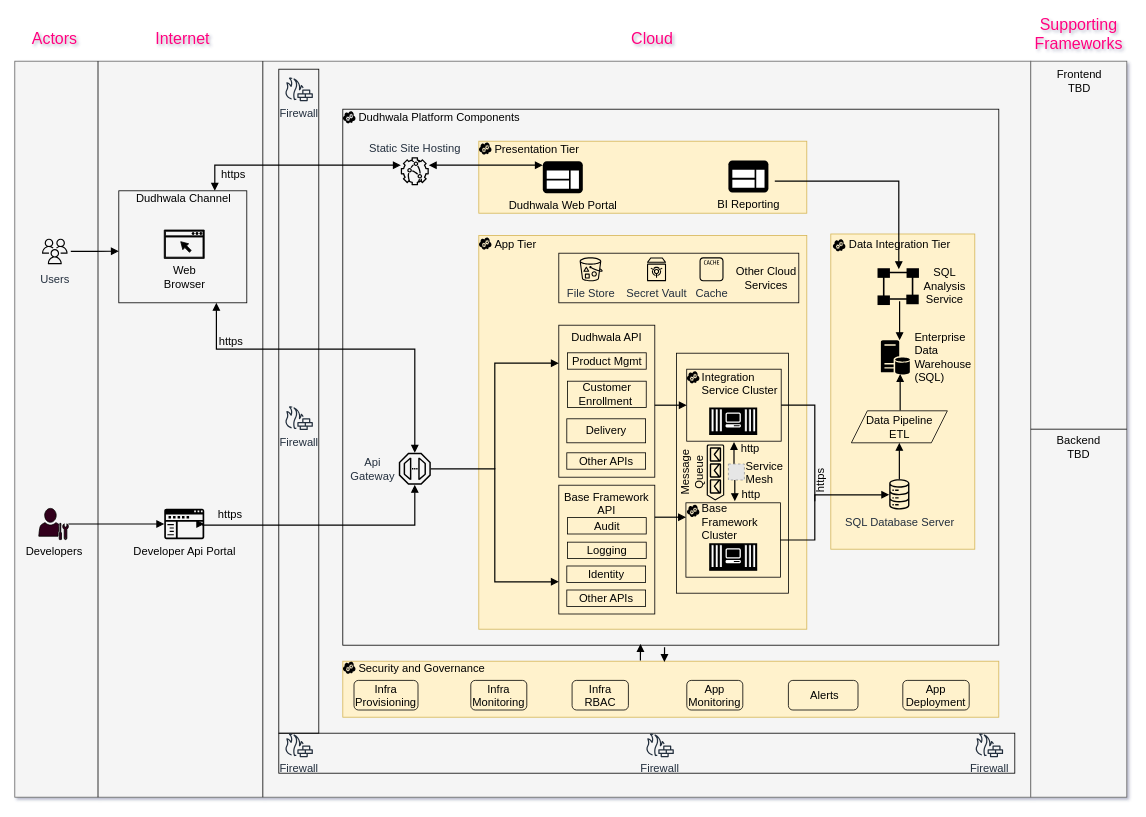
Earlier version of the draw.io diagram docs/diagram/logical_view.drawio (dudhwalas/dudhwala). Source tidied: cells renumbered, new cells numbered last; positions are measured from the earlier drawing's top-left corner, leaving out a move shared by most shapes. Both pictures are drawn from the tidied source at 80%, with x=0, y=0 at pixel (14, 21). Pictures stored in the file or linked from it are replaced by grey dashed boxes.
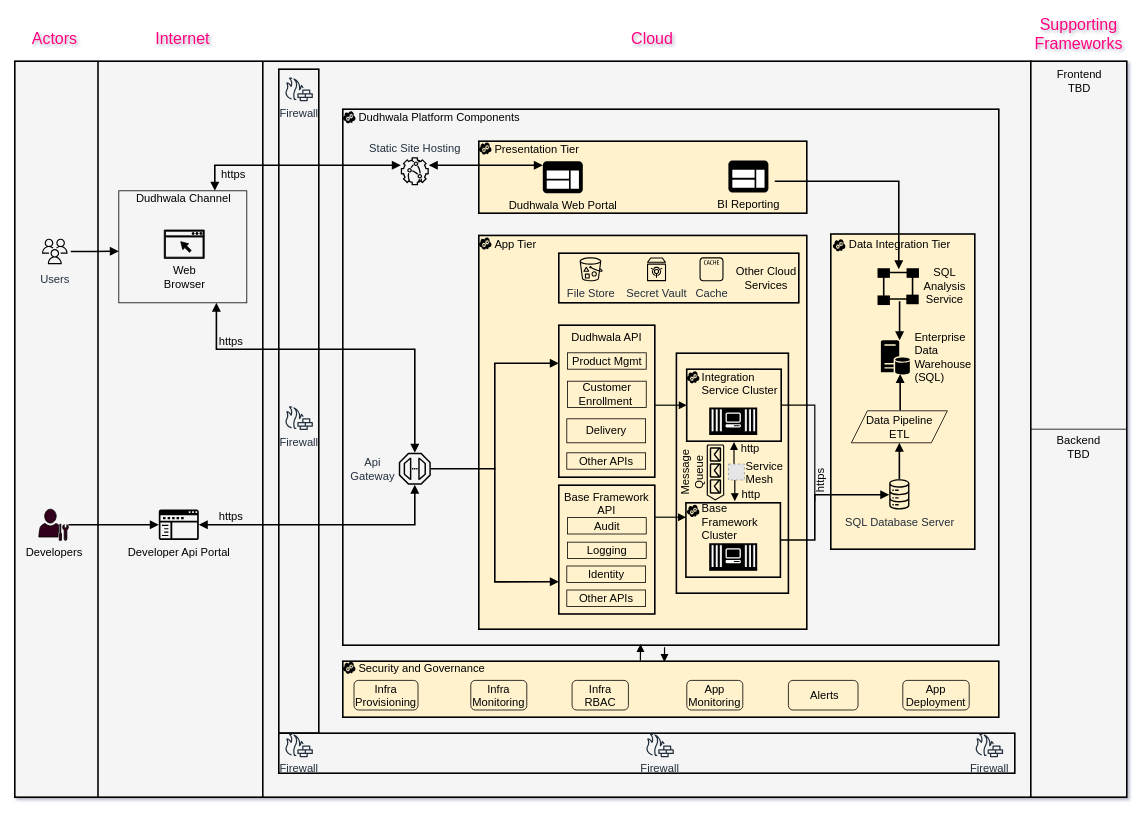
The same page after the edit.

Commit message:
added conceptual and logical views

The change refers to these unchanged cells:
```xml
<mxCell id="9" value="Users" style="sketch=0;outlineConnect=0;fontColor=#232F3E;gradientColor=none;strokeColor=#000000;fillColor=none;dashed=0;verticalLabelPosition=bottom;verticalAlign=top;align=center;html=1;fontSize=14;fontStyle=0;shape=mxgraph.aws4.resourceIcon;resIcon=mxgraph.aws4.users;fontFamily=Helvetica;labelBackgroundColor=none;" parent="1" vertex="1">
  <mxGeometry x="30" y="267.8" width="40" height="40" as="geometry" />
</mxCell>
<mxCell id="16" style="rounded=0;whiteSpace=wrap;html=1;sketch=0;fillStyle=solid;fillColor=none;fontSize=14;fontFamily=Helvetica;labelBackgroundColor=none;" parent="1" vertex="1">
  <mxGeometry x="130" y="212" width="160" height="140" as="geometry" />
</mxCell>
<mxCell id="46" value="Api &lt;br&gt;Gateway" style="sketch=0;outlineConnect=0;fontColor=#232F3E;gradientColor=none;fillColor=#000000;strokeColor=none;dashed=0;verticalLabelPosition=middle;verticalAlign=middle;align=center;html=1;fontSize=14;fontStyle=0;shape=mxgraph.aws4.endpoint;fontFamily=Helvetica;labelBackgroundColor=none;labelPosition=left;spacing=2;spacingRight=26;" parent="1" vertex="1">
  <mxGeometry x="480" y="539.5" width="40" height="40" as="geometry" />
</mxCell>
<mxCell id="73" value="Data Pipeline&lt;br style=&quot;font-size: 14px;&quot;&gt;ETL" style="shape=parallelogram;perimeter=parallelogramPerimeter;whiteSpace=wrap;html=1;fixedSize=1;sketch=0;strokeColor=default;fillColor=none;fontSize=14;fontFamily=Helvetica;labelBackgroundColor=none;" parent="1" vertex="1">
  <mxGeometry x="1045.7" y="487" width="120" height="40" as="geometry" />
</mxCell>
<mxCell id="89" value="Static Site Hosting" style="sketch=0;outlineConnect=0;fontColor=#232F3E;gradientColor=none;fillColor=#000000;strokeColor=none;dashed=0;verticalLabelPosition=top;verticalAlign=bottom;align=center;html=1;fontSize=14;fontStyle=0;shape=mxgraph.aws4.cloudfront_functions;labelPosition=center;fontFamily=Helvetica;labelBackgroundColor=none;" parent="1" vertex="1">
  <mxGeometry x="482.5" y="170" width="35" height="35" as="geometry" />
</mxCell>
<mxCell id="92" value="SQL Database Server" style="sketch=0;outlineConnect=0;fontColor=#232F3E;gradientColor=none;fillColor=#000000;strokeColor=none;dashed=0;verticalLabelPosition=bottom;verticalAlign=top;align=center;html=1;fontSize=14;fontStyle=0;shape=mxgraph.aws4.iot_analytics_data_store;labelBackgroundColor=none;fontFamily=Helvetica;" parent="1" vertex="1">
  <mxGeometry x="1092.5" y="572.5" width="26.3" height="38" as="geometry" />
</mxCell>
<mxCell id="98" value="Enterprise &lt;br style=&quot;font-size: 14px;&quot;&gt;&lt;div style=&quot;font-size: 14px;&quot;&gt;&lt;span style=&quot;background-color: initial; font-size: 14px;&quot;&gt;Data&lt;/span&gt;&lt;/div&gt;Warehouse&lt;br style=&quot;font-size: 14px;&quot;&gt;(SQL)&amp;nbsp;" style="sketch=0;shadow=0;dashed=0;html=1;strokeColor=none;fillColor=#000000;labelPosition=right;verticalLabelPosition=middle;verticalAlign=middle;outlineConnect=0;align=left;shape=mxgraph.office.databases.database_server;fontSize=14;fontFamily=Helvetica;labelBackgroundColor=none;spacingRight=0;spacingLeft=4;" parent="1" vertex="1">
  <mxGeometry x="1082.6" y="398.7" width="36.3" height="43.3" as="geometry" />
</mxCell>
```

Change to the diagram source:
```diff
@@
-    <mxCell id="2" style="rounded=0;whiteSpace=wrap;html=1;sketch=0;fontSize=14;fontFamily=Helvetica;labelBackgroundColor=none;fillColor=#f5f5f5;fontColor=#333333;strokeColor=#666666;" parent="1" vertex="1">
+    <mxCell id="2" style="rounded=0;whiteSpace=wrap;html=1;sketch=0;fontSize=14;fontFamily=Helvetica;labelBackgroundColor=none;fillColor=#f5f5f5;fontColor=#333333;strokeColor=#000000;strokeWidth=2;" parent="1" vertex="1">
       <mxGeometry y="50" width="1270" height="920" as="geometry" />
     </mxCell>
-    <mxCell id="3" style="rounded=0;whiteSpace=wrap;html=1;sketch=0;fillStyle=solid;fontSize=14;fontFamily=Helvetica;labelBackgroundColor=none;fillColor=none;" parent="1" vertex="1">
+    <mxCell id="3" style="rounded=0;whiteSpace=wrap;html=1;sketch=0;fillStyle=solid;fontSize=14;fontFamily=Helvetica;labelBackgroundColor=none;fillColor=none;strokeWidth=2;" parent="1" vertex="1">
       <mxGeometry x="410" y="110" width="820" height="670" as="geometry" />
     </mxCell>
-    <mxCell id="4" style="rounded=0;whiteSpace=wrap;html=1;sketch=0;fillStyle=solid;fillColor=#fff2cc;spacing=2;fontSize=14;fontFamily=Helvetica;labelBackgroundColor=none;strokeColor=#d6b656;" parent="1" vertex="1">
+    <mxCell id="4" style="rounded=0;whiteSpace=wrap;html=1;sketch=0;fillStyle=solid;fillColor=#fff2cc;spacing=2;fontSize=14;fontFamily=Helvetica;labelBackgroundColor=none;strokeColor=default;strokeWidth=2;" parent="1" vertex="1">
       <mxGeometry x="1020" y="266" width="180" height="394" as="geometry" />
     </mxCell>
-    <mxCell id="5" style="rounded=0;whiteSpace=wrap;html=1;sketch=0;fillStyle=solid;fillColor=#fff2cc;spacing=2;fontSize=14;fontFamily=Helvetica;labelBackgroundColor=none;strokeColor=#d6b656;" parent="1" vertex="1">
+    <mxCell id="5" style="rounded=0;whiteSpace=wrap;html=1;sketch=0;fillStyle=solid;fillColor=#fff2cc;spacing=2;fontSize=14;fontFamily=Helvetica;labelBackgroundColor=none;strokeColor=default;strokeWidth=2;" parent="1" vertex="1">
       <mxGeometry x="580" y="267.8" width="410" height="492.2" as="geometry" />
     </mxCell>
-    <mxCell id="6" style="rounded=0;whiteSpace=wrap;html=1;sketch=0;fillColor=none;fontSize=14;fontFamily=Helvetica;labelBackgroundColor=none;" parent="1" vertex="1">
+    <mxCell id="6" style="rounded=0;whiteSpace=wrap;html=1;sketch=0;fillColor=none;fontSize=14;fontFamily=Helvetica;labelBackgroundColor=none;strokeWidth=2;" parent="1" vertex="1">
       <mxGeometry x="827" y="415" width="140" height="300" as="geometry" />
     </mxCell>
-    <mxCell id="7" style="endArrow=none;html=1;rounded=0;strokeColor=#000000;fontSize=14;fontFamily=Helvetica;strokeWidth=1;labelBackgroundColor=none;" parent="1" edge="1">
+    <mxCell id="7" style="endArrow=none;html=1;rounded=0;strokeColor=#000000;fontSize=14;fontFamily=Helvetica;strokeWidth=2;labelBackgroundColor=none;" parent="1" edge="1">
       <mxGeometry relative="1" as="geometry">
         <mxPoint x="104" y="970" as="sourcePoint" />
         <mxPoint x="104" y="50" as="targetPoint" />
       </mxGeometry>
     </mxCell>
-    <mxCell id="8" style="edgeStyle=orthogonalEdgeStyle;rounded=0;jettySize=auto;html=1;fontSize=14;strokeWidth=1.5;fontFamily=Helvetica;endArrow=block;endFill=1;labelBackgroundColor=none;" parent="1" edge="1" source="9">
+    <mxCell id="8" style="edgeStyle=orthogonalEdgeStyle;rounded=0;jettySize=auto;html=1;fontSize=14;strokeWidth=2;fontFamily=Helvetica;endArrow=block;endFill=1;labelBackgroundColor=none;" parent="1" edge="1" source="9">
       <mxGeometry relative="1" as="geometry">
         <mxPoint x="130" y="287.5" as="targetPoint" />
       </mxGeometry>
     </mxCell>
@@
-    <mxCell id="11" style="edgeStyle=orthogonalEdgeStyle;rounded=0;jettySize=auto;html=1;fontSize=14;entryX=0;entryY=0.5;entryDx=0;entryDy=0;entryPerimeter=0;strokeWidth=1.5;fontFamily=Helvetica;endArrow=block;endFill=1;labelBackgroundColor=none;" parent="1" edge="1" source="12" target="20">
+    <mxCell id="11" style="edgeStyle=orthogonalEdgeStyle;rounded=0;jettySize=auto;html=1;fontSize=14;entryX=0;entryY=0.5;entryDx=0;entryDy=0;entryPerimeter=0;strokeWidth=2;fontFamily=Helvetica;endArrow=block;endFill=1;labelBackgroundColor=none;" parent="1" edge="1" source="12" target="20">
       <mxGeometry relative="1" as="geometry" />
     </mxCell>
     <mxCell id="12" value="Developers" style="sketch=0;shadow=0;dashed=0;html=1;strokeColor=#000000;fillColor=#33001A;labelPosition=center;verticalLabelPosition=bottom;verticalAlign=top;outlineConnect=0;align=center;shape=mxgraph.office.users.administrator;fontSize=14;fontFamily=Helvetica;labelBackgroundColor=none;" parent="1" vertex="1">
-      <mxGeometry x="30" y="609" width="37" height="39" as="geometry" />
+      <mxGeometry x="30" y="610" width="37" height="39" as="geometry" />
     </mxCell>
-    <mxCell id="13" style="endArrow=none;html=1;rounded=0;strokeColor=#000000;fontSize=14;fontFamily=Helvetica;strokeWidth=1;labelBackgroundColor=none;" parent="1" edge="1">
+    <mxCell id="13" style="endArrow=none;html=1;rounded=0;strokeColor=#000000;fontSize=14;fontFamily=Helvetica;strokeWidth=2;labelBackgroundColor=none;" parent="1" edge="1">
       <mxGeometry relative="1" as="geometry">
         <mxPoint x="310" y="970" as="sourcePoint" />
         <mxPoint x="310" y="50" as="targetPoint" />
       </mxGeometry>
     </mxCell>
@@
-    <mxCell id="18" style="edgeStyle=orthogonalEdgeStyle;rounded=0;jettySize=auto;html=1;fontFamily=Helvetica;fontSize=14;endArrow=block;endFill=1;strokeWidth=1.5;labelBackgroundColor=none;exitX=1;exitY=0.5;exitDx=0;exitDy=0;exitPerimeter=0;startArrow=block;startFill=1;" parent="1" edge="1" source="20" target="46">
-      <mxGeometry relative="1" as="geometry">
-        <Array as="points">
-          <mxPoint x="235" y="630" />
-          <mxPoint x="500" y="630" />
-        </Array>
-      </mxGeometry>
-    </mxCell>
-    <mxCell id="19" value="https" style="edgeLabel;html=1;align=center;verticalAlign=middle;fontSize=14;fontFamily=Helvetica;labelBackgroundColor=none;" parent="18" vertex="1">
-      <mxGeometry x="0.04" y="-1" relative="1" as="geometry">
-        <mxPoint x="-129" y="-15" as="offset" />
-      </mxGeometry>
-    </mxCell>
     <mxCell id="20" value="Developer Api Portal" style="sketch=0;shadow=0;dashed=0;html=1;strokeColor=none;labelPosition=center;verticalLabelPosition=bottom;verticalAlign=top;align=center;fillColor=#000000;shape=mxgraph.mscae.intune.company_portal;fillStyle=solid;fontSize=14;fontFamily=Helvetica;labelBackgroundColor=none;" parent="1" vertex="1">
-      <mxGeometry x="186.8" y="609.5" width="50" height="38" as="geometry" />
+      <mxGeometry x="180" y="610.5" width="50" height="38" as="geometry" />
     </mxCell>
-    <mxCell id="21" style="edgeStyle=orthogonalEdgeStyle;rounded=0;jettySize=auto;html=1;fontFamily=Helvetica;fontSize=14;endArrow=block;endFill=1;strokeWidth=1.5;labelBackgroundColor=none;exitX=0.75;exitY=1;exitDx=0;exitDy=0;startArrow=block;startFill=1;" parent="1" edge="1" target="46">
+    <mxCell id="21" style="edgeStyle=orthogonalEdgeStyle;rounded=0;jettySize=auto;html=1;fontFamily=Helvetica;fontSize=14;endArrow=block;endFill=1;strokeWidth=2;labelBackgroundColor=none;exitX=0.75;exitY=1;exitDx=0;exitDy=0;startArrow=block;startFill=1;" parent="1" edge="1" target="46">
       <mxGeometry relative="1" as="geometry">
         <mxPoint x="252" y="352" as="sourcePoint" />
         <Array as="points">
           <mxPoint x="252" y="410" />
           <mxPoint x="500" y="410" />
         </Array>
       </mxGeometry>
     </mxCell>
@@
-    <mxCell id="23" style="rounded=0;whiteSpace=wrap;html=1;sketch=0;fillStyle=solid;fillColor=none;direction=south;fontSize=14;fontFamily=Helvetica;labelBackgroundColor=none;" parent="1" vertex="1">
+    <mxCell id="23" style="rounded=0;whiteSpace=wrap;html=1;sketch=0;fillStyle=solid;fillColor=none;direction=south;fontSize=14;fontFamily=Helvetica;labelBackgroundColor=none;strokeWidth=2;" parent="1" vertex="1">
       <mxGeometry x="330" y="60" width="50" height="830" as="geometry" />
     </mxCell>
-    <mxCell id="24" style="rounded=0;whiteSpace=wrap;html=1;sketch=0;fillStyle=solid;fillColor=none;direction=west;fontSize=14;fontFamily=Helvetica;labelBackgroundColor=none;" parent="1" vertex="1">
+    <mxCell id="24" style="rounded=0;whiteSpace=wrap;html=1;sketch=0;fillStyle=solid;fillColor=none;direction=west;fontSize=14;fontFamily=Helvetica;labelBackgroundColor=none;strokeWidth=2;" parent="1" vertex="1">
       <mxGeometry x="330" y="890" width="920" height="50" as="geometry" />
     </mxCell>
@@
-    <mxCell id="32" style="edgeStyle=orthogonalEdgeStyle;rounded=0;jettySize=auto;html=1;fontFamily=Helvetica;fontSize=14;endArrow=block;endFill=1;strokeWidth=1.5;entryX=0.75;entryY=0;entryDx=0;entryDy=0;startArrow=block;labelBackgroundColor=none;startFill=1;" parent="1" edge="1" source="89" target="16">
+    <mxCell id="32" style="edgeStyle=orthogonalEdgeStyle;rounded=0;jettySize=auto;html=1;fontFamily=Helvetica;fontSize=14;endArrow=block;endFill=1;strokeWidth=2;entryX=0.75;entryY=0;entryDx=0;entryDy=0;startArrow=block;labelBackgroundColor=none;startFill=1;" parent="1" edge="1" source="89" target="16">
       <mxGeometry relative="1" as="geometry">
         <Array as="points">
           <mxPoint x="250" y="180" />
         </Array>
       </mxGeometry>
     </mxCell>
@@
-    <mxCell id="34" style="rounded=0;whiteSpace=wrap;html=1;sketch=0;fillStyle=solid;fillColor=#fff2cc;fontSize=14;fontFamily=Helvetica;labelBackgroundColor=none;strokeColor=#d6b656;" parent="1" vertex="1">
+    <mxCell id="34" style="rounded=0;whiteSpace=wrap;html=1;sketch=0;fillStyle=solid;fillColor=#fff2cc;fontSize=14;fontFamily=Helvetica;labelBackgroundColor=none;strokeColor=default;strokeWidth=2;" parent="1" vertex="1">
       <mxGeometry x="580" y="150" width="410" height="90" as="geometry" />
     </mxCell>
@@
-    <mxCell id="41" style="rounded=0;whiteSpace=wrap;html=1;sketch=0;fillColor=none;fontSize=14;fontFamily=Helvetica;labelBackgroundColor=none;" parent="1" vertex="1">
+    <mxCell id="41" style="rounded=0;whiteSpace=wrap;html=1;sketch=0;fillColor=none;fontSize=14;fontFamily=Helvetica;labelBackgroundColor=none;strokeWidth=2;" parent="1" vertex="1">
       <mxGeometry x="680" y="290" width="300" height="62" as="geometry" />
     </mxCell>
@@
-    <mxCell id="45" style="edgeStyle=orthogonalEdgeStyle;rounded=0;jettySize=auto;html=1;fontFamily=Helvetica;fontSize=14;endArrow=block;endFill=1;strokeWidth=1.5;entryX=0;entryY=0.75;entryDx=0;entryDy=0;labelBackgroundColor=none;" parent="1" edge="1" source="46" target="60">
+    <mxCell id="45" style="edgeStyle=orthogonalEdgeStyle;rounded=0;jettySize=auto;html=1;fontFamily=Helvetica;fontSize=14;endArrow=block;endFill=1;strokeWidth=2;entryX=0;entryY=0.75;entryDx=0;entryDy=0;labelBackgroundColor=none;" parent="1" edge="1" source="46" target="60">
       <mxGeometry relative="1" as="geometry" />
     </mxCell>
@@
-    <mxCell id="47" style="rounded=0;whiteSpace=wrap;html=1;sketch=0;fillStyle=solid;strokeColor=#000000;fillColor=none;fontSize=14;fontFamily=Helvetica;labelBackgroundColor=none;" parent="1" vertex="1">
+    <mxCell id="47" style="rounded=0;whiteSpace=wrap;html=1;sketch=0;fillStyle=solid;strokeColor=#000000;fillColor=none;fontSize=14;fontFamily=Helvetica;labelBackgroundColor=none;strokeWidth=2;" parent="1" vertex="1">
       <mxGeometry x="839.9" y="435" width="118.1" height="90" as="geometry" />
     </mxCell>
@@
-    <mxCell id="51" value="Dudhwala API" style="rounded=0;whiteSpace=wrap;html=1;sketch=0;fillColor=none;verticalAlign=top;fontSize=14;fontFamily=Helvetica;labelBackgroundColor=none;" parent="1" vertex="1">
+    <mxCell id="51" value="Dudhwala API" style="rounded=0;whiteSpace=wrap;html=1;sketch=0;fillColor=none;verticalAlign=top;fontSize=14;fontFamily=Helvetica;labelBackgroundColor=none;strokeWidth=2;" parent="1" vertex="1">
       <mxGeometry x="680" y="380" width="120" height="190" as="geometry" />
     </mxCell>
@@
-    <mxCell id="56" style="rounded=0;whiteSpace=wrap;html=1;sketch=0;fillStyle=solid;fillColor=none;fontSize=14;fontFamily=Helvetica;labelBackgroundColor=none;" parent="1" vertex="1">
+    <mxCell id="56" style="rounded=0;whiteSpace=wrap;html=1;sketch=0;fillStyle=solid;fillColor=none;fontSize=14;fontFamily=Helvetica;labelBackgroundColor=none;strokeWidth=2;" parent="1" vertex="1">
       <mxGeometry x="838.9" y="602" width="118.1" height="93" as="geometry" />
     </mxCell>
-    <mxCell id="57" value="Base Framework Cluster" style="text;html=1;strokeColor=none;fillColor=none;align=left;verticalAlign=middle;whiteSpace=wrap;rounded=0;sketch=0;fillStyle=solid;fontSize=14;fontFamily=Helvetica;labelBackgroundColor=none;" parent="1" vertex="1">
+    <mxCell id="57" value="Base Framework Cluster" style="text;html=1;strokeColor=none;fillColor=none;align=left;verticalAlign=middle;whiteSpace=wrap;rounded=0;sketch=0;fillStyle=solid;fontSize=14;fontFamily=Helvetica;labelBackgroundColor=none;strokeWidth=2;" parent="1" vertex="1">
       <mxGeometry x="856.9" y="616" width="96.1" height="20" as="geometry" />
     </mxCell>
@@
-    <mxCell id="60" value="Base Framework API" style="rounded=0;whiteSpace=wrap;html=1;sketch=0;fillColor=none;verticalAlign=top;fontSize=14;fontFamily=Helvetica;labelBackgroundColor=none;" parent="1" vertex="1">
+    <mxCell id="60" value="Base Framework API" style="rounded=0;whiteSpace=wrap;html=1;sketch=0;fillColor=none;verticalAlign=top;fontSize=14;fontFamily=Helvetica;labelBackgroundColor=none;strokeWidth=2;" parent="1" vertex="1">
       <mxGeometry x="680" y="580" width="120" height="161" as="geometry" />
     </mxCell>
@@
-    <mxCell id="72" style="edgeStyle=orthogonalEdgeStyle;rounded=0;jettySize=auto;html=1;endArrow=none;endFill=0;strokeWidth=1.5;fontFamily=Helvetica;fontSize=14;startArrow=block;startFill=1;" parent="1" edge="1" source="98">
+    <mxCell id="72" style="edgeStyle=orthogonalEdgeStyle;rounded=0;jettySize=auto;html=1;endArrow=none;endFill=0;strokeWidth=2;fontFamily=Helvetica;fontSize=14;startArrow=block;startFill=1;" parent="1" edge="1" source="98">
       <mxGeometry relative="1" as="geometry">
         <mxPoint x="1106" y="350" as="targetPoint" />
         <Array as="points">
           <mxPoint x="1106" y="390" />
           <mxPoint x="1106" y="390" />
         </Array>
       </mxGeometry>
     </mxCell>
@@
-    <mxCell id="74" style="rounded=0;whiteSpace=wrap;html=1;sketch=0;fillStyle=solid;fillColor=#fff2cc;spacing=2;fontSize=14;fontFamily=Helvetica;labelBackgroundColor=none;strokeColor=#d6b656;" parent="1" vertex="1">
+    <mxCell id="74" style="rounded=0;whiteSpace=wrap;html=1;sketch=0;fillStyle=solid;fillColor=#fff2cc;spacing=2;fontSize=14;fontFamily=Helvetica;labelBackgroundColor=none;strokeColor=default;strokeWidth=2;" parent="1" vertex="1">
       <mxGeometry x="410" y="800" width="820" height="70" as="geometry" />
     </mxCell>
@@
-    <mxCell id="87" style="edgeStyle=orthogonalEdgeStyle;rounded=0;jettySize=auto;html=1;fontFamily=Helvetica;fontSize=14;endArrow=block;endFill=1;strokeWidth=1.5;entryX=0;entryY=0.25;entryDx=0;entryDy=0;labelBackgroundColor=none;" parent="1" edge="1" target="51">
+    <mxCell id="87" style="edgeStyle=orthogonalEdgeStyle;rounded=0;jettySize=auto;html=1;fontFamily=Helvetica;fontSize=14;endArrow=block;endFill=1;strokeWidth=2;entryX=0;entryY=0.25;entryDx=0;entryDy=0;labelBackgroundColor=none;" parent="1" edge="1" target="51">
       <mxGeometry relative="1" as="geometry">
         <mxPoint x="600" y="560" as="sourcePoint" />
         <Array as="points">
           <mxPoint x="600" y="428" />
         </Array>
       </mxGeometry>
     </mxCell>
@@
-    <mxCell id="90" style="edgeStyle=orthogonalEdgeStyle;rounded=0;jettySize=auto;html=1;fontFamily=Helvetica;fontSize=14;endArrow=block;endFill=1;strokeWidth=1.5;labelBackgroundColor=none;startArrow=block;startFill=1;" parent="1" edge="1" target="89">
+    <mxCell id="90" style="edgeStyle=orthogonalEdgeStyle;rounded=0;jettySize=auto;html=1;fontFamily=Helvetica;fontSize=14;endArrow=block;endFill=1;strokeWidth=2;labelBackgroundColor=none;startArrow=block;startFill=1;" parent="1" edge="1" target="89">
       <mxGeometry relative="1" as="geometry">
         <mxPoint x="660" y="180" as="sourcePoint" />
         <Array as="points">
           <mxPoint x="560" y="180" />
           <mxPoint x="560" y="180" />
         </Array>
       </mxGeometry>
     </mxCell>
-    <mxCell id="91" style="edgeStyle=orthogonalEdgeStyle;rounded=0;jettySize=auto;html=1;endArrow=block;endFill=1;strokeWidth=1.5;fontFamily=Helvetica;fontSize=14;" parent="1" edge="1" source="92" target="73">
+    <mxCell id="91" style="edgeStyle=orthogonalEdgeStyle;rounded=0;jettySize=auto;html=1;endArrow=block;endFill=1;strokeWidth=2;fontFamily=Helvetica;fontSize=14;" parent="1" edge="1" source="92" target="73">
       <mxGeometry relative="1" as="geometry" />
     </mxCell>
@@
-    <mxCell id="93" style="edgeStyle=orthogonalEdgeStyle;rounded=0;jettySize=auto;html=1;fontFamily=Helvetica;fontSize=14;endArrow=block;endFill=1;strokeWidth=1.5;labelBackgroundColor=none;exitX=1;exitY=0.5;exitDx=0;exitDy=0;" parent="1" edge="1" source="56" target="92">
+    <mxCell id="93" style="edgeStyle=orthogonalEdgeStyle;rounded=0;jettySize=auto;html=1;fontFamily=Helvetica;fontSize=14;endArrow=block;endFill=1;strokeWidth=2;labelBackgroundColor=none;exitX=1;exitY=0.5;exitDx=0;exitDy=0;" parent="1" edge="1" source="56" target="92">
       <mxGeometry relative="1" as="geometry">
         <Array as="points">
           <mxPoint x="1000" y="649" />
           <mxPoint x="1000" y="592" />
         </Array>
       </mxGeometry>
     </mxCell>
@@
-    <mxCell id="96" style="edgeStyle=orthogonalEdgeStyle;rounded=0;orthogonalLoop=1;jettySize=auto;html=1;fontFamily=Helvetica;fontSize=14;endArrow=block;endFill=1;strokeWidth=1.5;labelBackgroundColor=none;" parent="1" edge="1">
+    <mxCell id="96" style="edgeStyle=orthogonalEdgeStyle;rounded=0;orthogonalLoop=1;jettySize=auto;html=1;fontFamily=Helvetica;fontSize=14;endArrow=block;endFill=1;strokeWidth=2;labelBackgroundColor=none;" parent="1" edge="1">
       <mxGeometry relative="1" as="geometry">
         <mxPoint x="950" y="200" as="sourcePoint" />
         <mxPoint x="1105" y="310" as="targetPoint" />
         <Array as="points">
           <mxPoint x="1105" y="200" />
         </Array>
       </mxGeometry>
     </mxCell>
@@
-    <mxCell id="107" style="edgeStyle=orthogonalEdgeStyle;rounded=0;orthogonalLoop=1;jettySize=auto;html=1;endArrow=block;endFill=1;strokeWidth=1.5;fontFamily=Helvetica;fontSize=14;" parent="1" edge="1">
+    <mxCell id="107" style="edgeStyle=orthogonalEdgeStyle;rounded=0;orthogonalLoop=1;jettySize=auto;html=1;endArrow=block;endFill=1;strokeWidth=2;fontFamily=Helvetica;fontSize=14;" parent="1" edge="1">
       <mxGeometry relative="1" as="geometry">
         <mxPoint x="1106.7" y="486.5" as="sourcePoint" />
         <mxPoint x="1106.7" y="441" as="targetPoint" />
       </mxGeometry>
     </mxCell>
@@
-    <mxCell id="109" style="rounded=0;whiteSpace=wrap;html=1;labelBackgroundColor=none;fillColor=#f5f5f5;fontColor=#333333;strokeColor=#666666;" parent="1" vertex="1">
+    <mxCell id="109" style="rounded=0;whiteSpace=wrap;html=1;labelBackgroundColor=none;fillColor=#f5f5f5;fontColor=#333333;strokeColor=#000000;strokeWidth=2;" parent="1" vertex="1">
       <mxGeometry x="1270" y="50" width="120" height="920" as="geometry" />
     </mxCell>
@@
+    <mxCell id="18" style="edgeStyle=orthogonalEdgeStyle;rounded=0;jettySize=auto;html=1;fontFamily=Helvetica;fontSize=14;endArrow=block;endFill=1;strokeWidth=2;labelBackgroundColor=none;exitX=1;exitY=0.5;exitDx=0;exitDy=0;startArrow=block;startFill=1;exitPerimeter=0;" parent="1" edge="1" source="20" target="46">
+      <mxGeometry relative="1" as="geometry">
+        <Array as="points">
+          <mxPoint x="500" y="630" />
+        </Array>
+      </mxGeometry>
+    </mxCell>
+    <mxCell id="19" value="https" style="edgeLabel;html=1;align=center;verticalAlign=middle;fontSize=14;fontFamily=Helvetica;labelBackgroundColor=none;" parent="18" vertex="1">
+      <mxGeometry x="-0.37" relative="1" as="geometry">
+        <mxPoint x="-62" y="-11" as="offset" />
+      </mxGeometry>
+    </mxCell>
```
